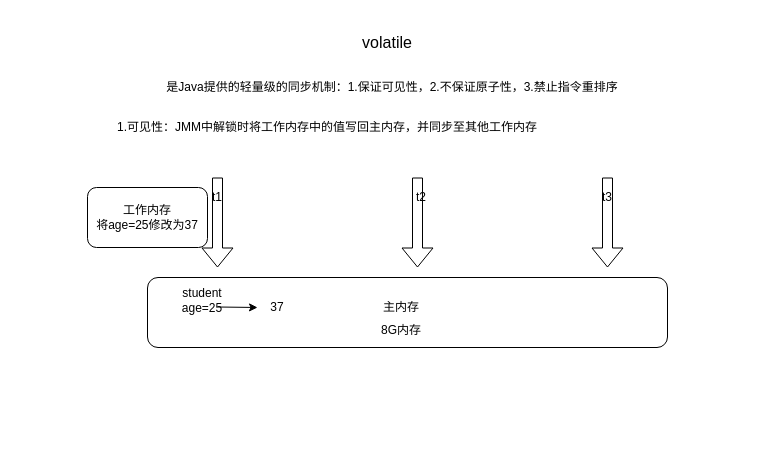
Before: Java基础/volatile.drawio in qouson/my-Java-note, a draw.io diagram. Source tidied: cells renumbered, new cells numbered last; positions are measured from the earlier drawing's top-left corner, leaving out a move shared by most shapes. Both pictures are drawn from the tidied source at 100%, with x=0, y=0 at pixel (17, 17).
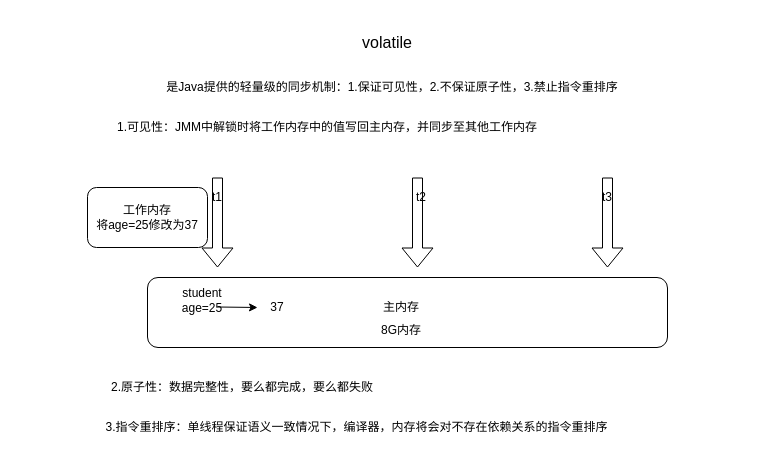
Above is the later version.

Diff of the diagram source:
```diff
@@
+    <mxCell id="18" value="2.原子性：数据完整性，要么都完成，要么都失败" style="text;html=1;strokeColor=none;fillColor=none;align=center;verticalAlign=middle;whiteSpace=wrap;rounded=0;" parent="1" vertex="1">
+      <mxGeometry x="90" y="360" width="270" height="20" as="geometry" />
+    </mxCell>
+    <mxCell id="19" value="3.指令重排序：单线程保证语义一致情况下，编译器，内存将会对不存在依赖关系的指令重排序" style="text;html=1;strokeColor=none;fillColor=none;align=center;verticalAlign=middle;whiteSpace=wrap;rounded=0;" parent="1" vertex="1">
+      <mxGeometry x="80" y="400" width="519" height="20" as="geometry" />
+    </mxCell>
```
